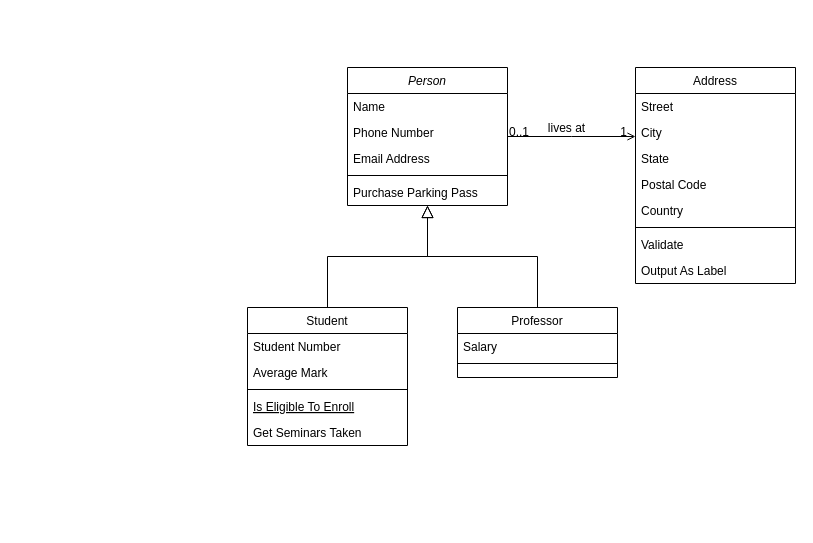
Above: crystals.drawio in zilijonas/diagrams (draw.io), before the change. Source tidied: cells renumbered, new cells numbered last; positions are measured from the earlier drawing's top-left corner, leaving out a move shared by most shapes. Both pictures are drawn from the tidied source at 100%, with x=0, y=0 at pixel (247, 67).
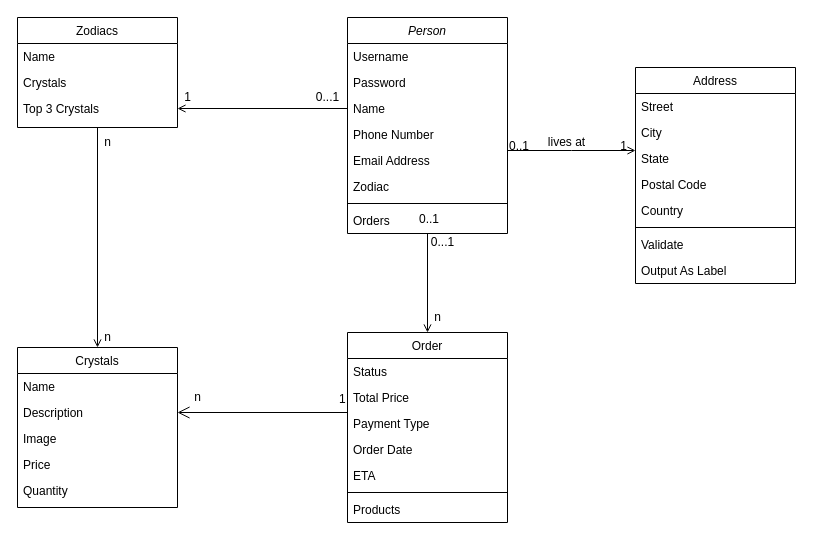
The same diagram, later.

The edit, as a diff of the source:
```diff
@@
+    <mxCell id="32" style="edgeStyle=orthogonalEdgeStyle;rounded=0;jettySize=auto;html=1;entryX=0.5;entryY=0;entryDx=0;entryDy=0;endArrow=open;endFill=0;" parent="1" edge="1" source="2" target="8">
+      <mxGeometry relative="1" as="geometry" />
+    </mxCell>
     <mxCell id="2" value="Person" style="swimlane;fontStyle=2;align=center;verticalAlign=top;horizontal=1;startSize=26;rounded=0;shadow=0;strokeWidth=1;" parent="1" vertex="1">
-      <mxGeometry x="100" width="160" height="138" as="geometry" />
+      <mxGeometry x="100" y="-50" width="160" height="216" as="geometry" />
     </mxCell>
-    <mxCell id="3" value="Name" style="text;align=left;verticalAlign=top;spacingLeft=4;spacingRight=4;overflow=hidden;" parent="2" vertex="1">
+    <mxCell id="3" value="Username" style="text;align=left;verticalAlign=top;spacingLeft=4;spacingRight=4;overflow=hidden;" parent="2" vertex="1">
       <mxGeometry y="26" width="160" height="26" as="geometry" />
     </mxCell>
+    <mxCell id="33" value="Password" style="text;align=left;verticalAlign=top;spacingLeft=4;spacingRight=4;overflow=hidden;rounded=0;shadow=0;html=0;" parent="2" vertex="1">
+      <mxGeometry y="52" width="160" height="26" as="geometry" />
+    </mxCell>
+    <mxCell id="34" value="Name" style="text;align=left;verticalAlign=top;spacingLeft=4;spacingRight=4;overflow=hidden;points=[[0,0.5],[1,0.5]];portConstraint=eastwest;" parent="2" vertex="1">
+      <mxGeometry y="78" width="160" height="26" as="geometry" />
+    </mxCell>
-    <mxCell id="4" value="Phone Number" style="text;align=left;verticalAlign=top;spacingLeft=4;spacingRight=4;overflow=hidden;rounded=0;shadow=0;html=0;" parent="2" vertex="1">
-      <mxGeometry y="52" width="160" height="26" as="geometry" />
+    <mxCell id="4" value="Phone Number&#10;" style="text;align=left;verticalAlign=top;spacingLeft=4;spacingRight=4;overflow=hidden;rounded=0;shadow=0;html=0;" parent="2" vertex="1">
+      <mxGeometry y="104" width="160" height="26" as="geometry" />
     </mxCell>
     <mxCell id="5" value="Email Address" style="text;align=left;verticalAlign=top;spacingLeft=4;spacingRight=4;overflow=hidden;rounded=0;shadow=0;html=0;" parent="2" vertex="1">
-      <mxGeometry y="78" width="160" height="26" as="geometry" />
+      <mxGeometry y="130" width="160" height="26" as="geometry" />
     </mxCell>
+    <mxCell id="35" value="Zodiac" style="text;align=left;verticalAlign=top;spacingLeft=4;spacingRight=4;overflow=hidden;rounded=0;shadow=0;html=0;" parent="2" vertex="1">
+      <mxGeometry y="156" width="160" height="26" as="geometry" />
+    </mxCell>
     <mxCell id="6" style="line;html=1;strokeWidth=1;align=left;verticalAlign=middle;spacingTop=-1;spacingLeft=3;spacingRight=3;labelPosition=right;" parent="2" vertex="1">
-      <mxGeometry y="104" width="160" height="8" as="geometry" />
+      <mxGeometry y="182" width="160" height="8" as="geometry" />
     </mxCell>
-    <mxCell id="7" value="Purchase Parking Pass" style="text;align=left;verticalAlign=top;spacingLeft=4;spacingRight=4;overflow=hidden;" parent="2" vertex="1">
-      <mxGeometry y="112" width="160" height="26" as="geometry" />
+    <mxCell id="7" value="Orders" style="text;align=left;verticalAlign=top;spacingLeft=4;spacingRight=4;overflow=hidden;" parent="2" vertex="1">
+      <mxGeometry y="190" width="160" height="26" as="geometry" />
     </mxCell>
-    <mxCell id="8" value="Student" style="swimlane;fontStyle=0;align=center;verticalAlign=top;horizontal=1;startSize=26;rounded=0;shadow=0;strokeWidth=1;" parent="1" vertex="1">
-      <mxGeometry y="240" width="160" height="138" as="geometry" />
+    <mxCell id="8" value="Order" style="swimlane;fontStyle=0;align=center;verticalAlign=top;horizontal=1;startSize=26;rounded=0;shadow=0;strokeWidth=1;" parent="1" vertex="1">
+      <mxGeometry x="100" y="265" width="160" height="190" as="geometry" />
     </mxCell>
-    <mxCell id="9" value="Student Number" style="text;align=left;verticalAlign=top;spacingLeft=4;spacingRight=4;overflow=hidden;" parent="8" vertex="1">
+    <mxCell id="9" value="Status" style="text;align=left;verticalAlign=top;spacingLeft=4;spacingRight=4;overflow=hidden;" parent="8" vertex="1">
       <mxGeometry y="26" width="160" height="26" as="geometry" />
     </mxCell>
-    <mxCell id="10" value="Average Mark" style="text;align=left;verticalAlign=top;spacingLeft=4;spacingRight=4;overflow=hidden;rounded=0;shadow=0;html=0;" parent="8" vertex="1">
+    <mxCell id="10" value="Total Price" style="text;align=left;verticalAlign=top;spacingLeft=4;spacingRight=4;overflow=hidden;rounded=0;shadow=0;html=0;" parent="8" vertex="1">
       <mxGeometry y="52" width="160" height="26" as="geometry" />
     </mxCell>
-    <mxCell id="11" style="line;html=1;strokeWidth=1;align=left;verticalAlign=middle;spacingTop=-1;spacingLeft=3;spacingRight=3;labelPosition=right;" parent="8" vertex="1">
-      <mxGeometry y="78" width="160" height="8" as="geometry" />
-    </mxCell>
-    <mxCell id="12" value="Is Eligible To Enroll" style="text;align=left;verticalAlign=top;spacingLeft=4;spacingRight=4;overflow=hidden;fontStyle=4;" parent="8" vertex="1">
-      <mxGeometry y="86" width="160" height="26" as="geometry" />
-    </mxCell>
-    <mxCell id="13" value="Get Seminars Taken" style="text;align=left;verticalAlign=top;spacingLeft=4;spacingRight=4;overflow=hidden;" parent="8" vertex="1">
-      <mxGeometry y="112" width="160" height="26" as="geometry" />
-    </mxCell>
-    <mxCell id="14" style="endArrow=block;endSize=10;endFill=0;shadow=0;strokeWidth=1;rounded=0;edgeStyle=elbowEdgeStyle;elbow=vertical;" parent="1" edge="1" source="8" target="2">
-      <mxGeometry relative="1" as="geometry" />
-    </mxCell>
-    <mxCell id="15" value="Professor" style="swimlane;fontStyle=0;align=center;verticalAlign=top;horizontal=1;startSize=26;rounded=0;shadow=0;strokeWidth=1;" parent="1" vertex="1">
-      <mxGeometry x="210" y="240" width="160" height="70" as="geometry" />
-    </mxCell>
-    <mxCell id="16" value="Salary" style="text;align=left;verticalAlign=top;spacingLeft=4;spacingRight=4;overflow=hidden;" parent="15" vertex="1">
-      <mxGeometry y="26" width="160" height="26" as="geometry" />
-    </mxCell>
-    <mxCell id="17" style="line;html=1;strokeWidth=1;align=left;verticalAlign=middle;spacingTop=-1;spacingLeft=3;spacingRight=3;labelPosition=right;" parent="15" vertex="1">
-      <mxGeometry y="52" width="160" height="8" as="geometry" />
-    </mxCell>
-    <mxCell id="18" style="endArrow=block;endSize=10;endFill=0;shadow=0;strokeWidth=1;rounded=0;edgeStyle=elbowEdgeStyle;elbow=vertical;" parent="1" edge="1" source="15" target="2">
-      <mxGeometry relative="1" as="geometry" />
-    </mxCell>
+    <mxCell id="36" value="Payment Type" style="text;align=left;verticalAlign=top;spacingLeft=4;spacingRight=4;overflow=hidden;points=[[0,0.5],[1,0.5]];portConstraint=eastwest;rounded=0;shadow=0;html=0;" parent="8" vertex="1">
+      <mxGeometry y="78" width="160" height="26" as="geometry" />
+    </mxCell>
+    <mxCell id="37" value="Order Date" style="text;align=left;verticalAlign=top;spacingLeft=4;spacingRight=4;overflow=hidden;rounded=0;shadow=0;html=0;" parent="8" vertex="1">
+      <mxGeometry y="104" width="160" height="26" as="geometry" />
+    </mxCell>
+    <mxCell id="38" value="ETA" style="text;align=left;verticalAlign=top;spacingLeft=4;spacingRight=4;overflow=hidden;rounded=0;shadow=0;html=0;" parent="8" vertex="1">
+      <mxGeometry y="130" width="160" height="26" as="geometry" />
+    </mxCell>
+    <mxCell id="39" style="line;html=1;strokeWidth=1;align=left;verticalAlign=middle;spacingTop=-1;spacingLeft=3;spacingRight=3;labelPosition=right;" parent="8" vertex="1">
+      <mxGeometry y="156" width="160" height="8" as="geometry" />
+    </mxCell>
+    <mxCell id="40" value="Products" style="text;align=left;verticalAlign=top;spacingLeft=4;spacingRight=4;overflow=hidden;rounded=0;shadow=0;html=0;" parent="8" vertex="1">
+      <mxGeometry y="164" width="160" height="26" as="geometry" />
+    </mxCell>
@@
+    <mxCell id="41" value="0..1" style="align=left;verticalAlign=bottom;labelBackgroundColor=none;fontSize=12;" parent="1" vertex="1">
+      <mxGeometry x="170" y="160" as="geometry" />
+    </mxCell>
+    <mxCell id="42" value="Crystals" style="swimlane;fontStyle=0;align=center;verticalAlign=top;horizontal=1;startSize=26;rounded=0;shadow=0;strokeWidth=1;" parent="1" vertex="1">
+      <mxGeometry x="-230" y="280" width="160" height="160" as="geometry" />
+    </mxCell>
+    <mxCell id="43" value="Name" style="text;align=left;verticalAlign=top;spacingLeft=4;spacingRight=4;overflow=hidden;" parent="42" vertex="1">
+      <mxGeometry y="26" width="160" height="26" as="geometry" />
+    </mxCell>
+    <mxCell id="44" value="Description" style="text;align=left;verticalAlign=top;spacingLeft=4;spacingRight=4;overflow=hidden;points=[[0,0.5],[1,0.5]];portConstraint=eastwest;rounded=0;shadow=0;html=0;" parent="42" vertex="1">
+      <mxGeometry y="52" width="160" height="26" as="geometry" />
+    </mxCell>
+    <mxCell id="45" value="Image" style="text;align=left;verticalAlign=top;spacingLeft=4;spacingRight=4;overflow=hidden;rounded=0;shadow=0;html=0;" parent="42" vertex="1">
+      <mxGeometry y="78" width="160" height="26" as="geometry" />
+    </mxCell>
+    <mxCell id="46" value="Price" style="text;align=left;verticalAlign=top;spacingLeft=4;spacingRight=4;overflow=hidden;rounded=0;shadow=0;html=0;" parent="42" vertex="1">
+      <mxGeometry y="104" width="160" height="26" as="geometry" />
+    </mxCell>
+    <mxCell id="47" value="Quantity" style="text;align=left;verticalAlign=top;spacingLeft=4;spacingRight=4;overflow=hidden;rounded=0;shadow=0;html=0;" parent="42" vertex="1">
+      <mxGeometry y="130" width="160" height="30" as="geometry" />
+    </mxCell>
+    <mxCell id="48" style="endArrow=open;endSize=10;endFill=0;shadow=0;strokeWidth=1;rounded=0;edgeStyle=elbowEdgeStyle;elbow=vertical;exitX=0;exitY=0.5;exitDx=0;exitDy=0;entryX=1;entryY=0.5;entryDx=0;entryDy=0;" parent="1" edge="1" source="36" target="44">
+      <mxGeometry relative="1" as="geometry">
+        <Array as="points">
+          <mxPoint x="20" y="345" />
+        </Array>
+      </mxGeometry>
+    </mxCell>
+    <mxCell id="49" value="1" style="align=left;verticalAlign=bottom;labelBackgroundColor=none;fontSize=12;" parent="1" vertex="1">
+      <mxGeometry x="90" y="340" as="geometry" />
+    </mxCell>
+    <mxCell id="50" style="edgeStyle=orthogonalEdgeStyle;rounded=0;jettySize=auto;html=1;entryX=0.167;entryY=0.833;entryDx=0;entryDy=0;entryPerimeter=0;endArrow=open;endFill=0;" parent="1" edge="1" source="51" target="57">
+      <mxGeometry relative="1" as="geometry" />
+    </mxCell>
+    <mxCell id="51" value="Zodiacs" style="swimlane;fontStyle=0;align=center;verticalAlign=top;horizontal=1;startSize=26;rounded=0;shadow=0;strokeWidth=1;" parent="1" vertex="1">
+      <mxGeometry x="-230" y="-50" width="160" height="110" as="geometry" />
+    </mxCell>
+    <mxCell id="52" value="Name" style="text;align=left;verticalAlign=top;spacingLeft=4;spacingRight=4;overflow=hidden;" parent="51" vertex="1">
+      <mxGeometry y="26" width="160" height="26" as="geometry" />
+    </mxCell>
+    <mxCell id="53" value="Crystals" style="text;align=left;verticalAlign=top;spacingLeft=4;spacingRight=4;overflow=hidden;rounded=0;shadow=0;html=0;" parent="51" vertex="1">
+      <mxGeometry y="52" width="160" height="26" as="geometry" />
+    </mxCell>
+    <mxCell id="54" value="Top 3 Crystals" style="text;align=left;verticalAlign=top;spacingLeft=4;spacingRight=4;overflow=hidden;rounded=0;shadow=0;html=0;" parent="51" vertex="1">
+      <mxGeometry y="78" width="160" height="26" as="geometry" />
+    </mxCell>
+    <mxCell id="55" value="n" style="text;html=1;align=center;verticalAlign=middle;strokeColor=none;fillColor=none;" parent="1" vertex="1">
+      <mxGeometry x="-65" y="315" width="30" height="30" as="geometry" />
+    </mxCell>
+    <mxCell id="56" value="n" style="text;html=1;align=center;verticalAlign=middle;strokeColor=none;fillColor=none;" parent="1" vertex="1">
+      <mxGeometry x="-155" y="60" width="30" height="30" as="geometry" />
+    </mxCell>
+    <mxCell id="57" value="n" style="text;html=1;align=center;verticalAlign=middle;points=[];strokeColor=none;fillColor=none;" parent="1" vertex="1">
+      <mxGeometry x="-155" y="255" width="30" height="30" as="geometry" />
+    </mxCell>
+    <mxCell id="58" style="edgeStyle=orthogonalEdgeStyle;rounded=0;jettySize=auto;html=1;exitX=0;exitY=0.5;exitDx=0;exitDy=0;entryX=1;entryY=0.5;entryDx=0;entryDy=0;endArrow=open;endFill=0;" parent="1" edge="1" source="34">
+      <mxGeometry relative="1" as="geometry">
+        <mxPoint x="-70" y="41" as="targetPoint" />
+      </mxGeometry>
+    </mxCell>
+    <mxCell id="59" value="0...1" style="text;html=1;align=center;verticalAlign=middle;strokeColor=none;fillColor=none;" parent="1" vertex="1">
+      <mxGeometry x="55" y="15" width="50" height="30" as="geometry" />
+    </mxCell>
+    <mxCell id="60" value="1" style="text;html=1;align=center;verticalAlign=middle;strokeColor=none;fillColor=none;" parent="1" vertex="1">
+      <mxGeometry x="-75" y="15" width="30" height="30" as="geometry" />
+    </mxCell>
+    <mxCell id="61" value="0...1" style="text;html=1;align=center;verticalAlign=middle;strokeColor=none;fillColor=none;" parent="1" vertex="1">
+      <mxGeometry x="170" y="160" width="50" height="30" as="geometry" />
+    </mxCell>
+    <mxCell id="62" value="n" style="text;html=1;align=center;verticalAlign=middle;strokeColor=none;fillColor=none;" parent="1" vertex="1">
+      <mxGeometry x="175" y="235" width="30" height="30" as="geometry" />
+    </mxCell>
```
